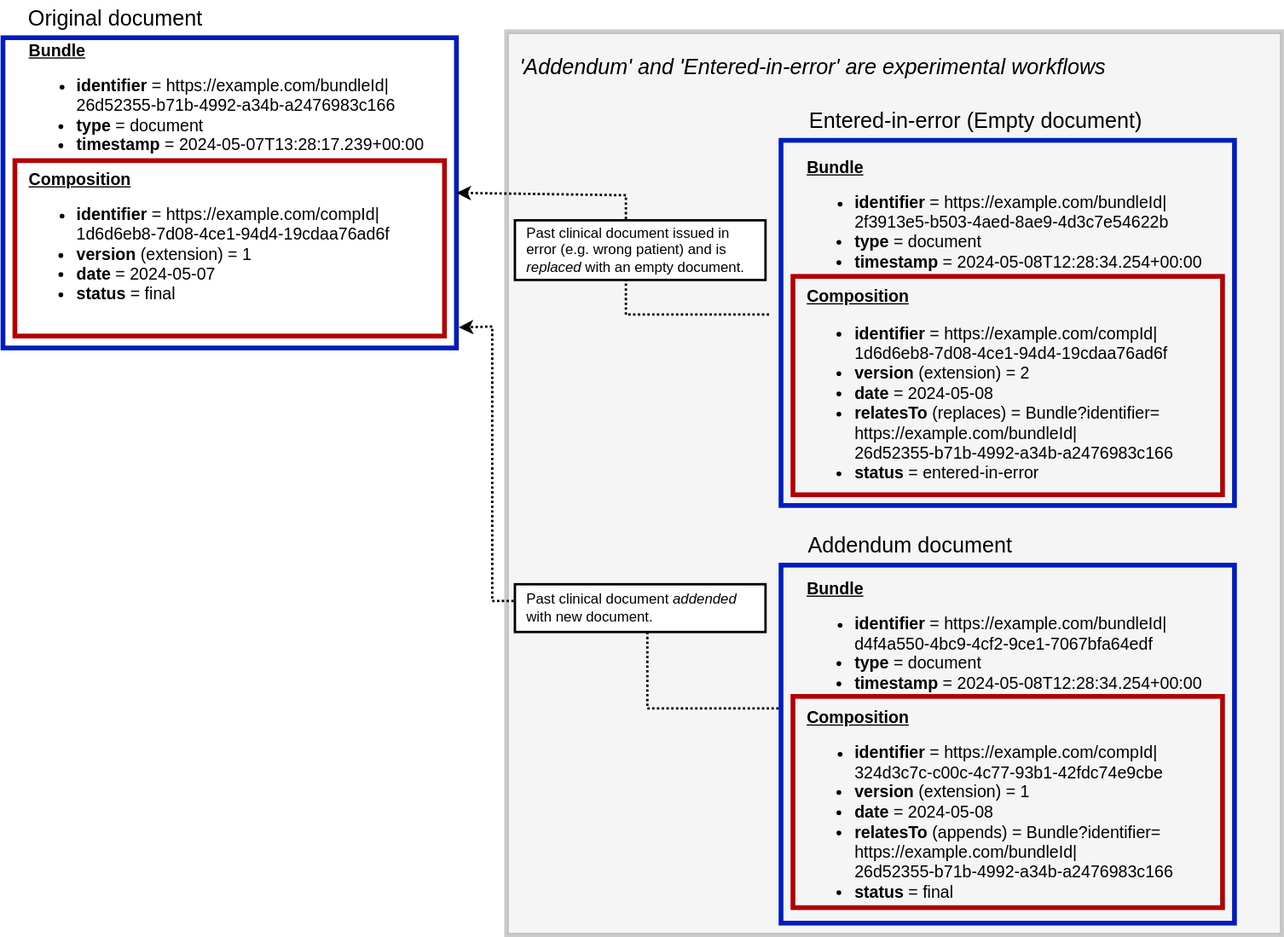
Above: input/images/HL7 CDA-FHIR Alignment - ImagesAppend.svg in HL7/fhir-clinical-document (draw.io), before the change. Source tidied: cells renumbered, new cells last; positions are measured from the earlier drawing's top-left corner, leaving out a move shared by most shapes.
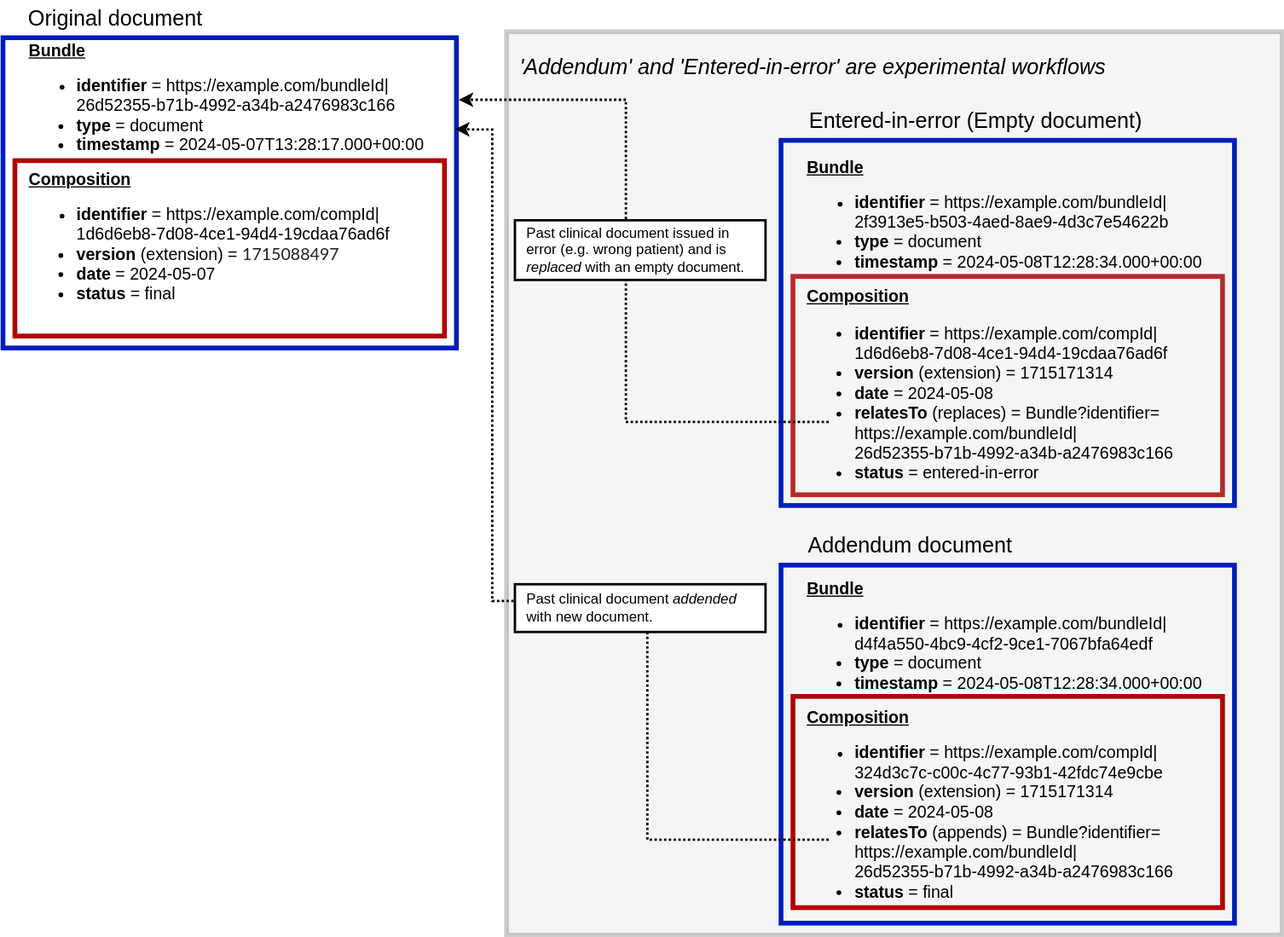
Above is the later version.

Commit message:
image update for replace and append

Diff of the diagram source:
```diff
@@ -2,26 +2,26 @@
   <root>
     <mxCell id="0" />
     <mxCell id="1" parent="0" />
-    <mxCell id="2" style="rounded=0;whiteSpace=wrap;html=1;fillColor=#CCCCCC;opacity=20;strokeWidth=4;strokeColor=#000000;perimeterSpacing=4;" parent="1" vertex="1">
-      <mxGeometry x="422" y="26" width="650" height="757" as="geometry" />
+    <mxCell id="2" style="rounded=0;whiteSpace=wrap;html=1;fillColor=none;strokeWidth=4;fontColor=#ffffff;strokeColor=#B20000;" parent="1" vertex="1">
+      <mxGeometry x="662" y="231" width="360" height="183" as="geometry" />
     </mxCell>
-    <mxCell id="3" style="rounded=0;whiteSpace=wrap;html=1;fillColor=none;strokeWidth=4;fontColor=#ffffff;strokeColor=#001DBC;" parent="1" vertex="1">
-      <mxGeometry x="652" y="473" width="380" height="300" as="geometry" />
+    <mxCell id="3" style="rounded=0;whiteSpace=wrap;html=1;fillColor=#CCCCCC;opacity=20;strokeWidth=4;strokeColor=#000000;perimeterSpacing=4;" parent="1" vertex="1">
+      <mxGeometry x="422" y="26" width="650" height="757" as="geometry" />
     </mxCell>
-    <mxCell id="4" style="rounded=0;whiteSpace=wrap;html=1;fillColor=none;strokeWidth=4;fontColor=#ffffff;strokeColor=#B20000;" parent="1" vertex="1">
-      <mxGeometry x="662" y="583" width="360" height="177" as="geometry" />
+    <mxCell id="4" style="rounded=0;whiteSpace=wrap;html=1;fillColor=none;strokeWidth=4;fontColor=#ffffff;strokeColor=#001DBC;" parent="1" vertex="1">
+      <mxGeometry x="652" y="473" width="380" height="300" as="geometry" />
     </mxCell>
-    <mxCell id="5" value="&lt;div&gt;&lt;b style=&quot;background-color: initial; font-size: 14px;&quot;&gt;&lt;u&gt;Bundle&lt;/u&gt;&lt;/b&gt;&lt;br&gt;&lt;/div&gt;&lt;div style=&quot;&quot;&gt;&lt;ul style=&quot;&quot;&gt;&lt;li style=&quot;&quot;&gt;&lt;font style=&quot;&quot;&gt;&lt;b style=&quot;font-size: 14px;&quot;&gt;identifier &lt;/b&gt;&lt;span style=&quot;font-size: 14px;&quot;&gt;= https://example.com/bundleId|&lt;/span&gt;&lt;br&gt;&lt;span style=&quot;font-size: 14px;&quot;&gt;d4f4a550-4bc9-4cf2-9ce1-7067bfa64edf&lt;/span&gt;&lt;br&gt;&lt;/font&gt;&lt;/li&gt;&lt;li style=&quot;font-size: 14px;&quot;&gt;&lt;font style=&quot;font-size: 14px;&quot;&gt;&lt;b&gt;type&lt;/b&gt; = document&lt;/font&gt;&lt;/li&gt;&lt;li style=&quot;font-size: 14px;&quot;&gt;&lt;font style=&quot;font-size: 14px;&quot;&gt;&lt;b&gt;timestamp &lt;/b&gt;=&amp;nbsp;&lt;/font&gt;2024-05-08T12:28:34.254+00:00&lt;/li&gt;&lt;/ul&gt;&lt;/div&gt;&lt;div style=&quot;font-size: 14px;&quot;&gt;&lt;b style=&quot;background-color: initial;&quot;&gt;&lt;u&gt;Composition&lt;/u&gt;&lt;/b&gt;&lt;br&gt;&lt;/div&gt;&lt;div style=&quot;&quot;&gt;&lt;ul style=&quot;&quot;&gt;&lt;li style=&quot;&quot;&gt;&lt;font style=&quot;&quot;&gt;&lt;b style=&quot;font-size: 14px;&quot;&gt;identifier&lt;/b&gt;&lt;span style=&quot;font-size: 14px;&quot;&gt; = https://example.com/compId|&lt;/span&gt;&lt;br&gt;&lt;span style=&quot;font-size: 14px;&quot;&gt;324d3c7c-c00c-4c77-93b1-42fdc74e9cbe&lt;/span&gt;&lt;br&gt;&lt;/font&gt;&lt;/li&gt;&lt;li style=&quot;font-size: 14px;&quot;&gt;&lt;font style=&quot;font-size: 14px;&quot;&gt;&lt;b&gt;version &lt;/b&gt;(extension) = 1&lt;/font&gt;&lt;/li&gt;&lt;li style=&quot;font-size: 14px;&quot;&gt;&lt;font style=&quot;font-size: 14px;&quot;&gt;&lt;b&gt;date &lt;/b&gt;= 2024-05-08&lt;/font&gt;&lt;/li&gt;&lt;li style=&quot;font-size: 14px;&quot;&gt;&lt;font style=&quot;font-size: 14px;&quot;&gt;&lt;b&gt;relatesTo &lt;/b&gt;(appends) = Bundle?identifier=&lt;br&gt;https://example.com/bundleId|&lt;br&gt;26d52355-b71b-4992-a34b-a2476983c166&lt;br&gt;&lt;/font&gt;&lt;/li&gt;&lt;li style=&quot;font-size: 14px;&quot;&gt;&lt;font style=&quot;font-size: 14px;&quot;&gt;&lt;b&gt;status &lt;/b&gt;= final&lt;/font&gt;&lt;/li&gt;&lt;/ul&gt;&lt;/div&gt;" style="text;html=1;align=left;verticalAlign=middle;strokeColor=none;fillColor=none;" parent="1" vertex="1">
-      <mxGeometry x="672" y="476" width="350" height="300" as="geometry" />
+    <mxCell id="5" style="rounded=0;whiteSpace=wrap;html=1;fillColor=none;strokeWidth=4;fontColor=#ffffff;strokeColor=#B20000;" parent="1" vertex="1">
+      <mxGeometry x="662" y="583" width="360" height="177" as="geometry" />
     </mxCell>
-    <mxCell id="6" style="rounded=0;whiteSpace=wrap;html=1;fillColor=none;strokeWidth=4;fontColor=#ffffff;strokeColor=#001DBC;" parent="1" vertex="1">
-      <mxGeometry x="652" y="117" width="380" height="306" as="geometry" />
+    <mxCell id="6" value="&lt;div&gt;&lt;b style=&quot;background-color: initial; font-size: 14px;&quot;&gt;&lt;u&gt;Bundle&lt;/u&gt;&lt;/b&gt;&lt;br&gt;&lt;/div&gt;&lt;div style=&quot;&quot;&gt;&lt;ul style=&quot;&quot;&gt;&lt;li style=&quot;&quot;&gt;&lt;font style=&quot;&quot;&gt;&lt;b style=&quot;font-size: 14px;&quot;&gt;identifier &lt;/b&gt;&lt;span style=&quot;font-size: 14px;&quot;&gt;= https://example.com/bundleId|&lt;/span&gt;&lt;br&gt;&lt;span style=&quot;font-size: 14px;&quot;&gt;d4f4a550-4bc9-4cf2-9ce1-7067bfa64edf&lt;/span&gt;&lt;br&gt;&lt;/font&gt;&lt;/li&gt;&lt;li style=&quot;font-size: 14px;&quot;&gt;&lt;font style=&quot;font-size: 14px;&quot;&gt;&lt;b&gt;type&lt;/b&gt; = document&lt;/font&gt;&lt;/li&gt;&lt;li style=&quot;font-size: 14px;&quot;&gt;&lt;font style=&quot;font-size: 14px;&quot;&gt;&lt;b&gt;timestamp &lt;/b&gt;=&amp;nbsp;&lt;/font&gt;2024-05-08T12:28:34.000+00:00&lt;/li&gt;&lt;/ul&gt;&lt;/div&gt;&lt;div style=&quot;font-size: 14px;&quot;&gt;&lt;b style=&quot;background-color: initial;&quot;&gt;&lt;u&gt;Composition&lt;/u&gt;&lt;/b&gt;&lt;br&gt;&lt;/div&gt;&lt;div style=&quot;&quot;&gt;&lt;ul style=&quot;&quot;&gt;&lt;li style=&quot;&quot;&gt;&lt;font style=&quot;&quot;&gt;&lt;b style=&quot;font-size: 14px;&quot;&gt;identifier&lt;/b&gt;&lt;span style=&quot;font-size: 14px;&quot;&gt; = https://example.com/compId|&lt;/span&gt;&lt;br&gt;&lt;span style=&quot;font-size: 14px;&quot;&gt;324d3c7c-c00c-4c77-93b1-42fdc74e9cbe&lt;/span&gt;&lt;br&gt;&lt;/font&gt;&lt;/li&gt;&lt;li style=&quot;font-size: 14px;&quot;&gt;&lt;font style=&quot;font-size: 14px;&quot;&gt;&lt;b&gt;version &lt;/b&gt;(extension) = 1715171314&lt;/font&gt;&lt;/li&gt;&lt;li style=&quot;font-size: 14px;&quot;&gt;&lt;font style=&quot;font-size: 14px;&quot;&gt;&lt;b&gt;date &lt;/b&gt;= 2024-05-08&lt;/font&gt;&lt;/li&gt;&lt;li style=&quot;font-size: 14px;&quot;&gt;&lt;font style=&quot;font-size: 14px;&quot;&gt;&lt;b&gt;relatesTo &lt;/b&gt;(appends) = Bundle?identifier=&lt;br&gt;https://example.com/bundleId|&lt;br&gt;26d52355-b71b-4992-a34b-a2476983c166&lt;br&gt;&lt;/font&gt;&lt;/li&gt;&lt;li style=&quot;font-size: 14px;&quot;&gt;&lt;font style=&quot;font-size: 14px;&quot;&gt;&lt;b&gt;status &lt;/b&gt;= final&lt;/font&gt;&lt;/li&gt;&lt;/ul&gt;&lt;/div&gt;" style="text;html=1;align=left;verticalAlign=middle;points=[];strokeColor=none;fillColor=none;" parent="1" vertex="1">
+      <mxGeometry x="672" y="476" width="350" height="300" as="geometry" />
     </mxCell>
-    <mxCell id="7" value="&lt;div&gt;&lt;b style=&quot;background-color: initial; font-size: 14px;&quot;&gt;&lt;u&gt;Bundle&lt;/u&gt;&lt;/b&gt;&lt;br&gt;&lt;/div&gt;&lt;div style=&quot;&quot;&gt;&lt;ul style=&quot;&quot;&gt;&lt;li style=&quot;&quot;&gt;&lt;font style=&quot;&quot;&gt;&lt;span style=&quot;font-size: 14px;&quot;&gt;&lt;b&gt;identifier &lt;/b&gt;= https://example.com/bundleId|&lt;/span&gt;&lt;br&gt;&lt;span style=&quot;font-size: 14px;&quot;&gt;2f3913e5-b503-4aed-8ae9-4d3c7e54622b&lt;/span&gt;&lt;br&gt;&lt;/font&gt;&lt;/li&gt;&lt;li style=&quot;font-size: 14px;&quot;&gt;&lt;font style=&quot;font-size: 14px;&quot;&gt;&lt;b&gt;type &lt;/b&gt;= document&lt;/font&gt;&lt;/li&gt;&lt;li style=&quot;font-size: 14px;&quot;&gt;&lt;font style=&quot;font-size: 14px;&quot;&gt;&lt;b&gt;timestamp &lt;/b&gt;=&amp;nbsp;&lt;/font&gt;2024-05-08T12:28:34.254+00:00&lt;/li&gt;&lt;/ul&gt;&lt;/div&gt;&lt;div style=&quot;font-size: 14px;&quot;&gt;&lt;b style=&quot;background-color: initial;&quot;&gt;&lt;u&gt;Composition&lt;/u&gt;&lt;/b&gt;&lt;br&gt;&lt;/div&gt;&lt;div style=&quot;font-size: 14px;&quot;&gt;&lt;ul style=&quot;&quot;&gt;&lt;li&gt;&lt;b&gt;identifier&amp;nbsp;&lt;/b&gt;= https://example.com/compId|&lt;br&gt;1d6d6eb8-7d08-4ce1-94d4-19cdaa76ad6f&lt;/li&gt;&lt;li&gt;&lt;b&gt;version&amp;nbsp;&lt;/b&gt;(extension) = 2&lt;/li&gt;&lt;li&gt;&lt;b&gt;date&amp;nbsp;&lt;/b&gt;= 2024-05-08&lt;/li&gt;&lt;li&gt;&lt;b&gt;relatesTo&amp;nbsp;&lt;/b&gt;(replaces) = Bundle?identifier=&lt;br&gt;https://example.com/bundleId|&lt;br&gt;26d52355-b71b-4992-a34b-a2476983c166&lt;/li&gt;&lt;li&gt;&lt;span style=&quot;background-color: initial;&quot;&gt;&lt;b&gt;status&amp;nbsp;&lt;/b&gt;=&amp;nbsp;&lt;/span&gt;entered-in-error&lt;/li&gt;&lt;/ul&gt;&lt;/div&gt;" style="text;html=1;align=left;verticalAlign=middle;strokeColor=none;fillColor=none;" parent="1" vertex="1">
-      <mxGeometry x="672" y="125" width="350" height="300" as="geometry" />
+    <mxCell id="7" style="rounded=0;whiteSpace=wrap;html=1;fillColor=none;strokeWidth=4;fontColor=#ffffff;strokeColor=#001DBC;" parent="1" vertex="1">
+      <mxGeometry x="652" y="117" width="380" height="306" as="geometry" />
     </mxCell>
-    <mxCell id="8" style="rounded=0;whiteSpace=wrap;html=1;fillColor=none;strokeWidth=4;fontColor=#ffffff;strokeColor=#B20000;" parent="1" vertex="1">
-      <mxGeometry x="662" y="231" width="360" height="183" as="geometry" />
+    <mxCell id="8" value="&lt;div&gt;&lt;b style=&quot;background-color: initial; font-size: 14px;&quot;&gt;&lt;u&gt;Bundle&lt;/u&gt;&lt;/b&gt;&lt;br&gt;&lt;/div&gt;&lt;div style=&quot;&quot;&gt;&lt;ul style=&quot;&quot;&gt;&lt;li style=&quot;&quot;&gt;&lt;font style=&quot;&quot;&gt;&lt;span style=&quot;font-size: 14px;&quot;&gt;&lt;b&gt;identifier &lt;/b&gt;= https://example.com/bundleId|&lt;/span&gt;&lt;br&gt;&lt;span style=&quot;font-size: 14px;&quot;&gt;2f3913e5-b503-4aed-8ae9-4d3c7e54622b&lt;/span&gt;&lt;br&gt;&lt;/font&gt;&lt;/li&gt;&lt;li style=&quot;font-size: 14px;&quot;&gt;&lt;font style=&quot;font-size: 14px;&quot;&gt;&lt;b&gt;type &lt;/b&gt;= document&lt;/font&gt;&lt;/li&gt;&lt;li style=&quot;font-size: 14px;&quot;&gt;&lt;font style=&quot;font-size: 14px;&quot;&gt;&lt;b&gt;timestamp &lt;/b&gt;=&amp;nbsp;&lt;/font&gt;2024-05-08T12:28:34.000+00:00&lt;/li&gt;&lt;/ul&gt;&lt;/div&gt;&lt;div style=&quot;font-size: 14px;&quot;&gt;&lt;b style=&quot;background-color: initial;&quot;&gt;&lt;u&gt;Composition&lt;/u&gt;&lt;/b&gt;&lt;br&gt;&lt;/div&gt;&lt;div style=&quot;font-size: 14px;&quot;&gt;&lt;ul style=&quot;&quot;&gt;&lt;li&gt;&lt;b&gt;identifier&amp;nbsp;&lt;/b&gt;= https://example.com/compId|&lt;br&gt;1d6d6eb8-7d08-4ce1-94d4-19cdaa76ad6f&lt;/li&gt;&lt;li&gt;&lt;b&gt;version&amp;nbsp;&lt;/b&gt;(extension) = 1715171314&lt;/li&gt;&lt;li&gt;&lt;b&gt;date&amp;nbsp;&lt;/b&gt;= 2024-05-08&lt;/li&gt;&lt;li&gt;&lt;b&gt;relatesTo&amp;nbsp;&lt;/b&gt;(replaces) = Bundle?identifier=&lt;br&gt;https://example.com/bundleId|&lt;br&gt;26d52355-b71b-4992-a34b-a2476983c166&lt;/li&gt;&lt;li&gt;&lt;span style=&quot;background-color: initial;&quot;&gt;&lt;b&gt;status&amp;nbsp;&lt;/b&gt;=&amp;nbsp;&lt;/span&gt;entered-in-error&lt;/li&gt;&lt;/ul&gt;&lt;/div&gt;" style="text;html=1;align=left;verticalAlign=middle;strokeColor=none;fillColor=none;" parent="1" vertex="1">
+      <mxGeometry x="672" y="125" width="350" height="300" as="geometry" />
     </mxCell>
     <mxCell id="9" value="&lt;font style=&quot;font-size: 18px;&quot;&gt;Entered-in-error (Empty document)&lt;/font&gt;" style="text;html=1;align=center;verticalAlign=middle;whiteSpace=wrap;rounded=0;" parent="1" vertex="1">
       <mxGeometry x="669" y="86" width="293" height="30" as="geometry" />
@@ -41,19 +41,17 @@
     <mxCell id="14" style="rounded=0;whiteSpace=wrap;html=1;fillColor=none;strokeWidth=4;fontColor=#ffffff;strokeColor=#B20000;" parent="12" vertex="1">
       <mxGeometry x="10" y="134" width="360" height="147" as="geometry" />
     </mxCell>
-    <mxCell id="15" value="&lt;div&gt;&lt;b style=&quot;background-color: initial; font-size: 14px;&quot;&gt;&lt;u&gt;Bundle&lt;/u&gt;&lt;/b&gt;&lt;br&gt;&lt;/div&gt;&lt;div style=&quot;&quot;&gt;&lt;ul style=&quot;&quot;&gt;&lt;li style=&quot;&quot;&gt;&lt;font style=&quot;&quot;&gt;&lt;span style=&quot;font-size: 14px;&quot;&gt;&lt;b&gt;identifier &lt;/b&gt;= https://example.com/bundleId|&lt;/span&gt;&lt;br&gt;&lt;span style=&quot;font-size: 14px;&quot;&gt;26d52355-b71b-4992-a34b-a2476983c166&lt;/span&gt;&lt;br&gt;&lt;/font&gt;&lt;/li&gt;&lt;li style=&quot;font-size: 14px;&quot;&gt;&lt;font style=&quot;font-size: 14px;&quot;&gt;&lt;b&gt;type&lt;/b&gt; = document&lt;/font&gt;&lt;/li&gt;&lt;li style=&quot;font-size: 14px;&quot;&gt;&lt;font style=&quot;font-size: 14px;&quot;&gt;&lt;b&gt;timestamp &lt;/b&gt;=&amp;nbsp;&lt;/font&gt;2024-05-07T13:28:17.239+00:00&lt;/li&gt;&lt;/ul&gt;&lt;/div&gt;&lt;div style=&quot;font-size: 14px;&quot;&gt;&lt;b style=&quot;background-color: initial;&quot;&gt;&lt;u&gt;Composition&lt;/u&gt;&lt;/b&gt;&lt;br&gt;&lt;/div&gt;&lt;div style=&quot;&quot;&gt;&lt;ul style=&quot;&quot;&gt;&lt;li style=&quot;&quot;&gt;&lt;font style=&quot;&quot;&gt;&lt;span style=&quot;font-size: 14px;&quot;&gt;&lt;b&gt;identifier&lt;/b&gt; = https://example.com/compId|&lt;/span&gt;&lt;br&gt;&lt;span style=&quot;font-size: 14px;&quot;&gt;1d6d6eb8-7d08-4ce1-94d4-19cdaa76ad6f&lt;/span&gt;&lt;br&gt;&lt;/font&gt;&lt;/li&gt;&lt;li style=&quot;font-size: 14px;&quot;&gt;&lt;font style=&quot;font-size: 14px;&quot;&gt;&lt;b&gt;version &lt;/b&gt;(extension) = 1&lt;/font&gt;&lt;/li&gt;&lt;li style=&quot;font-size: 14px;&quot;&gt;&lt;font style=&quot;font-size: 14px;&quot;&gt;&lt;b&gt;date&lt;/b&gt; = 2024-05-07&lt;/font&gt;&lt;/li&gt;&lt;li style=&quot;font-size: 14px;&quot;&gt;&lt;span style=&quot;background-color: initial;&quot;&gt;&lt;b&gt;status &lt;/b&gt;= final&lt;/span&gt;&lt;br&gt;&lt;/li&gt;&lt;/ul&gt;&lt;/div&gt;" style="text;html=1;align=left;verticalAlign=middle;strokeColor=none;fillColor=none;" parent="12" vertex="1">
+    <mxCell id="15" value="&lt;div&gt;&lt;b style=&quot;background-color: initial; font-size: 14px;&quot;&gt;&lt;u&gt;Bundle&lt;/u&gt;&lt;/b&gt;&lt;br&gt;&lt;/div&gt;&lt;div style=&quot;&quot;&gt;&lt;ul style=&quot;&quot;&gt;&lt;li style=&quot;&quot;&gt;&lt;font style=&quot;&quot;&gt;&lt;span style=&quot;font-size: 14px;&quot;&gt;&lt;b&gt;identifier &lt;/b&gt;= https://example.com/bundleId|&lt;/span&gt;&lt;br&gt;&lt;span style=&quot;font-size: 14px;&quot;&gt;26d52355-b71b-4992-a34b-a2476983c166&lt;/span&gt;&lt;br&gt;&lt;/font&gt;&lt;/li&gt;&lt;li style=&quot;font-size: 14px;&quot;&gt;&lt;font style=&quot;font-size: 14px;&quot;&gt;&lt;b&gt;type&lt;/b&gt; = document&lt;/font&gt;&lt;/li&gt;&lt;li style=&quot;font-size: 14px;&quot;&gt;&lt;font style=&quot;font-size: 14px;&quot;&gt;&lt;b&gt;timestamp &lt;/b&gt;=&amp;nbsp;&lt;/font&gt;2024-05-07T13:28:17.000+00:00&lt;/li&gt;&lt;/ul&gt;&lt;/div&gt;&lt;div style=&quot;font-size: 14px;&quot;&gt;&lt;b style=&quot;background-color: initial;&quot;&gt;&lt;u&gt;Composition&lt;/u&gt;&lt;/b&gt;&lt;br&gt;&lt;/div&gt;&lt;div style=&quot;&quot;&gt;&lt;ul style=&quot;&quot;&gt;&lt;li style=&quot;&quot;&gt;&lt;font style=&quot;&quot;&gt;&lt;span style=&quot;font-size: 14px;&quot;&gt;&lt;b&gt;identifier&lt;/b&gt; = https://example.com/compId|&lt;/span&gt;&lt;br&gt;&lt;span style=&quot;font-size: 14px;&quot;&gt;1d6d6eb8-7d08-4ce1-94d4-19cdaa76ad6f&lt;/span&gt;&lt;br&gt;&lt;/font&gt;&lt;/li&gt;&lt;li style=&quot;font-size: 14px;&quot;&gt;&lt;font style=&quot;font-size: 14px;&quot;&gt;&lt;b&gt;version &lt;/b&gt;(extension) =&amp;nbsp;&lt;/font&gt;&lt;span style=&quot;color: rgba(0, 0, 0, 0.87); font-family: Lato, &amp;quot;Helvetica Neue&amp;quot;, Arial, Helvetica, sans-serif; text-wrap: wrap; background-color: rgb(255, 255, 255);&quot;&gt;1715088497&lt;/span&gt;&lt;/li&gt;&lt;li style=&quot;font-size: 14px;&quot;&gt;&lt;font style=&quot;font-size: 14px;&quot;&gt;&lt;b&gt;date&lt;/b&gt; = 2024-05-07&lt;/font&gt;&lt;/li&gt;&lt;li style=&quot;font-size: 14px;&quot;&gt;&lt;span style=&quot;background-color: initial;&quot;&gt;&lt;b&gt;status &lt;/b&gt;= final&lt;/span&gt;&lt;br&gt;&lt;/li&gt;&lt;/ul&gt;&lt;/div&gt;" style="text;html=1;align=left;verticalAlign=middle;strokeColor=none;fillColor=none;" parent="12" vertex="1">
       <mxGeometry x="20" y="25" width="350" height="250" as="geometry" />
     </mxCell>
     <mxCell id="16" value="&lt;font style=&quot;font-size: 18px;&quot;&gt;Original document&lt;/font&gt;" style="text;html=1;align=center;verticalAlign=middle;whiteSpace=wrap;rounded=0;" parent="12" vertex="1">
       <mxGeometry x="17" width="155" height="30" as="geometry" />
     </mxCell>
-    <mxCell id="17" style="endArrow=classic;html=1;rounded=0;strokeWidth=2;dashed=1;dashPattern=1 1;exitX=1.005;exitY=0.934;exitDx=0;exitDy=0;exitPerimeter=0;entryX=1.005;entryY=0.934;entryDx=0;entryDy=0;entryPerimeter=0;" parent="1" edge="1" target="13">
+    <mxCell id="17" style="endArrow=classic;html=1;rounded=0;strokeWidth=2;dashed=1;dashPattern=1 1;exitX=0.057;exitY=0.757;exitDx=0;exitDy=0;exitPerimeter=0;entryX=0.997;entryY=0.295;entryDx=0;entryDy=0;entryPerimeter=0;" parent="1" edge="1" source="6" target="13">
       <mxGeometry relative="1" as="geometry">
-        <mxPoint x="650" y="593" as="sourcePoint" />
         <Array as="points">
-          <mxPoint x="610" y="593" />
-          <mxPoint x="580" y="593" />
-          <mxPoint x="540" y="593" />
+          <mxPoint x="602" y="703" />
+          <mxPoint x="540" y="703" />
           <mxPoint x="540" y="543" />
           <mxPoint x="540" y="503" />
           <mxPoint x="490" y="503" />
@@ -62,18 +60,19 @@
           <mxPoint x="410" y="373" />
           <mxPoint x="410" y="303" />
           <mxPoint x="410" y="273" />
+          <mxPoint x="410" y="108" />
         </Array>
       </mxGeometry>
     </mxCell>
     <mxCell id="18" value="Past clinical document &lt;i&gt;addended &lt;/i&gt;&lt;br&gt;with new document." style="text;html=1;align=left;verticalAlign=middle;strokeColor=default;fillColor=default;strokeWidth=2;spacingTop=0;spacingLeft=8;rotation=0;" parent="1" vertex="1">
       <mxGeometry x="429" y="489" width="210" height="40" as="geometry" />
     </mxCell>
-    <mxCell id="19" style="endArrow=classic;html=1;rounded=0;strokeWidth=2;dashed=1;dashPattern=1 1;exitX=1;exitY=0.5;exitDx=0;exitDy=0;entryX=1;entryY=0.5;entryDx=0;entryDy=0;" parent="1" edge="1" target="13">
+    <mxCell id="19" style="endArrow=classic;html=1;rounded=0;strokeWidth=2;dashed=1;dashPattern=1 1;entryX=1.005;entryY=0.2;entryDx=0;entryDy=0;entryPerimeter=0;" parent="1" edge="1" target="13">
       <mxGeometry relative="1" as="geometry">
-        <mxPoint x="642" y="263" as="sourcePoint" />
+        <mxPoint x="692" y="353" as="sourcePoint" />
         <Array as="points">
-          <mxPoint x="522" y="263" />
-          <mxPoint x="522" y="163" />
+          <mxPoint x="522" y="353" />
+          <mxPoint x="522" y="83" />
         </Array>
       </mxGeometry>
     </mxCell>
```
